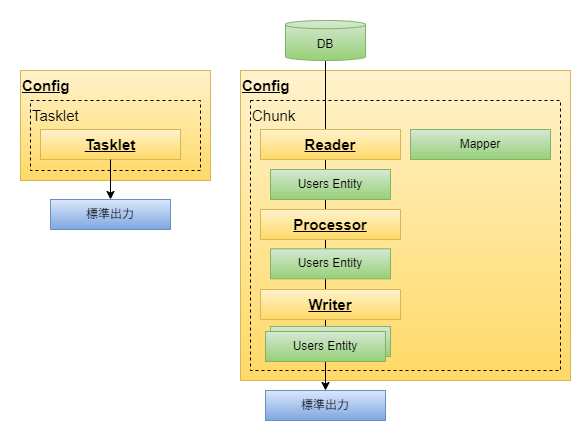
namickey/spring-boot3-batch-try keeps this draw.io diagram as app.png. Above is the earlier version. Source tidied: cells renumbered, new cells last; positions are measured from the earlier drawing's top-left corner, leaving out a move shared by most shapes. Source of this version:
```xml
<mxGraphModel background="#FFFFFF">
  <root>
    <mxCell id="0" />
    <mxCell id="1" parent="0" />
    <mxCell id="2" value="Config" style="rounded=0;whiteSpace=wrap;html=1;fillColor=#fff2cc;strokeColor=#d6b656;align=left;verticalAlign=top;fontStyle=5;fontSize=15;gradientColor=#ffd966;" parent="1" vertex="1">
      <mxGeometry x="240" y="70" width="330" height="310" as="geometry" />
    </mxCell>
    <mxCell id="3" value="Chunk" style="rounded=0;whiteSpace=wrap;html=1;align=left;verticalAlign=top;fontStyle=0;fontSize=15;fillColor=none;dashed=1;" parent="1" vertex="1">
      <mxGeometry x="250" y="100" width="310" height="270" as="geometry" />
    </mxCell>
    <mxCell id="4" value="Config" style="rounded=0;whiteSpace=wrap;html=1;fillColor=#fff2cc;strokeColor=#d6b656;align=left;verticalAlign=top;fontStyle=5;fontSize=15;gradientColor=#ffd966;" parent="1" vertex="1">
      <mxGeometry x="20" y="70" width="190" height="110" as="geometry" />
    </mxCell>
    <mxCell id="5" style="endArrow=classic;html=1;exitX=0.5;exitY=1;exitDx=0;exitDy=0;exitPerimeter=0;entryX=0.5;entryY=0;entryDx=0;entryDy=0;" parent="1" edge="1" source="9" target="19">
      <mxGeometry relative="1" as="geometry" />
    </mxCell>
    <mxCell id="6" value="Reader" style="rounded=0;whiteSpace=wrap;html=1;fillColor=#fff2cc;gradientColor=#ffd966;strokeColor=#d6b656;fontStyle=5;fontSize=15;" parent="1" vertex="1">
      <mxGeometry x="260" y="129" width="140" height="30" as="geometry" />
    </mxCell>
    <mxCell id="7" value="Processor" style="rounded=0;whiteSpace=wrap;html=1;fillColor=#fff2cc;gradientColor=#ffd966;strokeColor=#d6b656;fontStyle=5;fontSize=15;" parent="1" vertex="1">
      <mxGeometry x="260" y="209" width="140" height="30" as="geometry" />
    </mxCell>
    <mxCell id="8" value="Writer" style="rounded=0;whiteSpace=wrap;html=1;fillColor=#fff2cc;gradientColor=#ffd966;strokeColor=#d6b656;fontStyle=5;fontSize=15;" parent="1" vertex="1">
      <mxGeometry x="260" y="289" width="140" height="30" as="geometry" />
    </mxCell>
    <mxCell id="9" value="DB" style="shape=cylinder3;whiteSpace=wrap;html=1;boundedLbl=1;backgroundOutline=1;size=4.123046875;fillColor=#d5e8d4;gradientColor=#97d077;strokeColor=#82b366;" parent="1" vertex="1">
      <mxGeometry x="285" y="20" width="80" height="40" as="geometry" />
    </mxCell>
    <mxCell id="10" value="Users Entity" style="rounded=0;whiteSpace=wrap;html=1;fillColor=#d5e8d4;gradientColor=#97d077;strokeColor=#82b366;" parent="1" vertex="1">
      <mxGeometry x="270" y="169" width="120" height="30" as="geometry" />
    </mxCell>
    <mxCell id="11" value="&amp;nbsp; &amp;nbsp; &amp;nbsp;" style="text;html=1;align=center;verticalAlign=middle;whiteSpace=wrap;rounded=0;" parent="1" vertex="1">
      <mxGeometry width="60" height="30" as="geometry" />
    </mxCell>
    <mxCell id="12" value="&amp;nbsp; &amp;nbsp; &amp;nbsp;" style="text;html=1;align=center;verticalAlign=middle;whiteSpace=wrap;rounded=0;" parent="1" vertex="1">
      <mxGeometry x="365" y="339" width="60" height="30" as="geometry" />
    </mxCell>
    <mxCell id="13" value="Mapper" style="rounded=0;whiteSpace=wrap;html=1;fillColor=#d5e8d4;strokeColor=#82b366;fontStyle=0;fontSize=12;gradientColor=#97d077;" parent="1" vertex="1">
      <mxGeometry x="410" y="129" width="140" height="30" as="geometry" />
    </mxCell>
    <mxCell id="14" value="Tasklet" style="rounded=0;whiteSpace=wrap;html=1;align=left;verticalAlign=top;fontStyle=0;fontSize=15;fillColor=none;dashed=1;" parent="1" vertex="1">
      <mxGeometry x="30" y="100" width="170" height="70" as="geometry" />
    </mxCell>
    <mxCell id="15" value="Tasklet" style="rounded=0;whiteSpace=wrap;html=1;fillColor=#fff2cc;gradientColor=#ffd966;strokeColor=#d6b656;fontStyle=5;fontSize=15;" parent="1" vertex="1">
      <mxGeometry x="40" y="129" width="140" height="30" as="geometry" />
    </mxCell>
    <mxCell id="16" value="Users Entity" style="rounded=0;whiteSpace=wrap;html=1;fillColor=#d5e8d4;gradientColor=#97d077;strokeColor=#82b366;" parent="1" vertex="1">
      <mxGeometry x="270" y="248.3" width="120" height="30" as="geometry" />
    </mxCell>
    <mxCell id="17" value="Users Entity" style="rounded=0;whiteSpace=wrap;html=1;fillColor=#d5e8d4;gradientColor=#97d077;strokeColor=#82b366;" parent="1" vertex="1">
      <mxGeometry x="270" y="326" width="120" height="30" as="geometry" />
    </mxCell>
    <mxCell id="18" value="Users Entity" style="rounded=0;whiteSpace=wrap;html=1;fillColor=#d5e8d4;gradientColor=#97d077;strokeColor=#82b366;" parent="1" vertex="1">
      <mxGeometry x="265" y="331" width="120" height="30" as="geometry" />
    </mxCell>
    <mxCell id="19" value="標準出力" style="rounded=0;whiteSpace=wrap;html=1;fillColor=#dae8fc;gradientColor=#7ea6e0;strokeColor=#6c8ebf;" parent="1" vertex="1">
      <mxGeometry x="265" y="390" width="120" height="30" as="geometry" />
    </mxCell>
    <mxCell id="20" value="標準出力" style="rounded=0;whiteSpace=wrap;html=1;fillColor=#dae8fc;gradientColor=#7ea6e0;strokeColor=#6c8ebf;" parent="1" vertex="1">
      <mxGeometry x="50" y="199" width="120" height="30" as="geometry" />
    </mxCell>
    <mxCell id="21" style="endArrow=classic;html=1;entryX=0.5;entryY=0;entryDx=0;entryDy=0;" parent="1" edge="1" source="15" target="20">
      <mxGeometry relative="1" as="geometry" />
    </mxCell>
    <mxCell id="22" value="　　　" style="text;html=1;align=center;verticalAlign=middle;whiteSpace=wrap;rounded=0;" parent="1" vertex="1">
      <mxGeometry width="60" height="30" as="geometry" />
    </mxCell>
    <mxCell id="23" value="　　　" style="text;html=1;align=center;verticalAlign=middle;whiteSpace=wrap;rounded=0;" parent="1" vertex="1">
      <mxGeometry x="520" y="400" width="60" height="30" as="geometry" />
    </mxCell>
  </root>
</mxGraphModel>
```
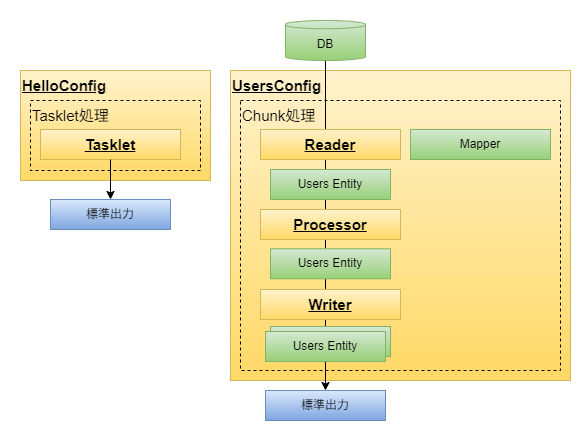
The same file after the commit.

Change to the diagram source:
```diff
@@ -2,13 +2,13 @@
   <root>
     <mxCell id="0" />
     <mxCell id="1" parent="0" />
-    <mxCell id="2" value="Config" style="rounded=0;whiteSpace=wrap;html=1;fillColor=#fff2cc;strokeColor=#d6b656;align=left;verticalAlign=top;fontStyle=5;fontSize=15;gradientColor=#ffd966;" parent="1" vertex="1">
-      <mxGeometry x="240" y="70" width="330" height="310" as="geometry" />
+    <mxCell id="2" value="UsersConfig" style="rounded=0;whiteSpace=wrap;html=1;fillColor=#fff2cc;strokeColor=#d6b656;align=left;verticalAlign=top;fontStyle=5;fontSize=15;gradientColor=#ffd966;" parent="1" vertex="1">
+      <mxGeometry x="230" y="70" width="340" height="310" as="geometry" />
     </mxCell>
-    <mxCell id="3" value="Chunk" style="rounded=0;whiteSpace=wrap;html=1;align=left;verticalAlign=top;fontStyle=0;fontSize=15;fillColor=none;dashed=1;" parent="1" vertex="1">
-      <mxGeometry x="250" y="100" width="310" height="270" as="geometry" />
+    <mxCell id="3" value="Chunk処理" style="rounded=0;whiteSpace=wrap;html=1;align=left;verticalAlign=top;fontStyle=0;fontSize=15;fillColor=none;dashed=1;" parent="1" vertex="1">
+      <mxGeometry x="240" y="100" width="320" height="270" as="geometry" />
     </mxCell>
-    <mxCell id="4" value="Config" style="rounded=0;whiteSpace=wrap;html=1;fillColor=#fff2cc;strokeColor=#d6b656;align=left;verticalAlign=top;fontStyle=5;fontSize=15;gradientColor=#ffd966;" parent="1" vertex="1">
+    <mxCell id="4" value="HelloConfig" style="rounded=0;whiteSpace=wrap;html=1;fillColor=#fff2cc;strokeColor=#d6b656;align=left;verticalAlign=top;fontStyle=5;fontSize=15;gradientColor=#ffd966;" parent="1" vertex="1">
       <mxGeometry x="20" y="70" width="190" height="110" as="geometry" />
     </mxCell>
     <mxCell id="5" style="endArrow=classic;html=1;exitX=0.5;exitY=1;exitDx=0;exitDy=0;exitPerimeter=0;entryX=0.5;entryY=0;entryDx=0;entryDy=0;" parent="1" edge="1" source="9" target="19">
@@ -38,7 +38,7 @@
     <mxCell id="13" value="Mapper" style="rounded=0;whiteSpace=wrap;html=1;fillColor=#d5e8d4;strokeColor=#82b366;fontStyle=0;fontSize=12;gradientColor=#97d077;" parent="1" vertex="1">
       <mxGeometry x="410" y="129" width="140" height="30" as="geometry" />
     </mxCell>
-    <mxCell id="14" value="Tasklet" style="rounded=0;whiteSpace=wrap;html=1;align=left;verticalAlign=top;fontStyle=0;fontSize=15;fillColor=none;dashed=1;" parent="1" vertex="1">
+    <mxCell id="14" value="Tasklet処理" style="rounded=0;whiteSpace=wrap;html=1;align=left;verticalAlign=top;fontStyle=0;fontSize=15;fillColor=none;dashed=1;" parent="1" vertex="1">
       <mxGeometry x="30" y="100" width="170" height="70" as="geometry" />
     </mxCell>
     <mxCell id="15" value="Tasklet" style="rounded=0;whiteSpace=wrap;html=1;fillColor=#fff2cc;gradientColor=#ffd966;strokeColor=#d6b656;fontStyle=5;fontSize=15;" parent="1" vertex="1">
```
